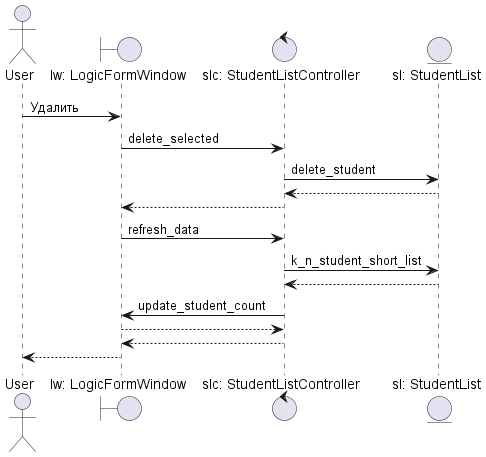
yellowcat-dotcom/Ruby keeps this PlantUML diagram as Lab_2/Diagrams/delete.png. Above is the earlier version.
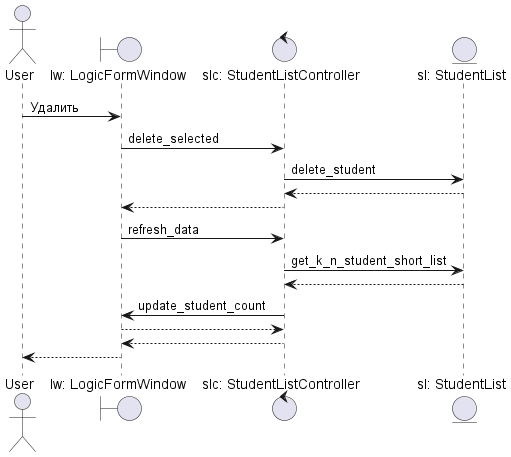
The same diagram one commit later.

Diff of the diagram source:
```diff
@@ -13,7 +13,7 @@
  sl --> slc
  slc --> lw
  lw -> slc : refresh_data
- slc -> sl : k_n_student_short_list
+ slc -> sl : get_k_n_student_short_list
  sl --> slc
  slc -> lw : update_student_count
  lw --> slc
```
